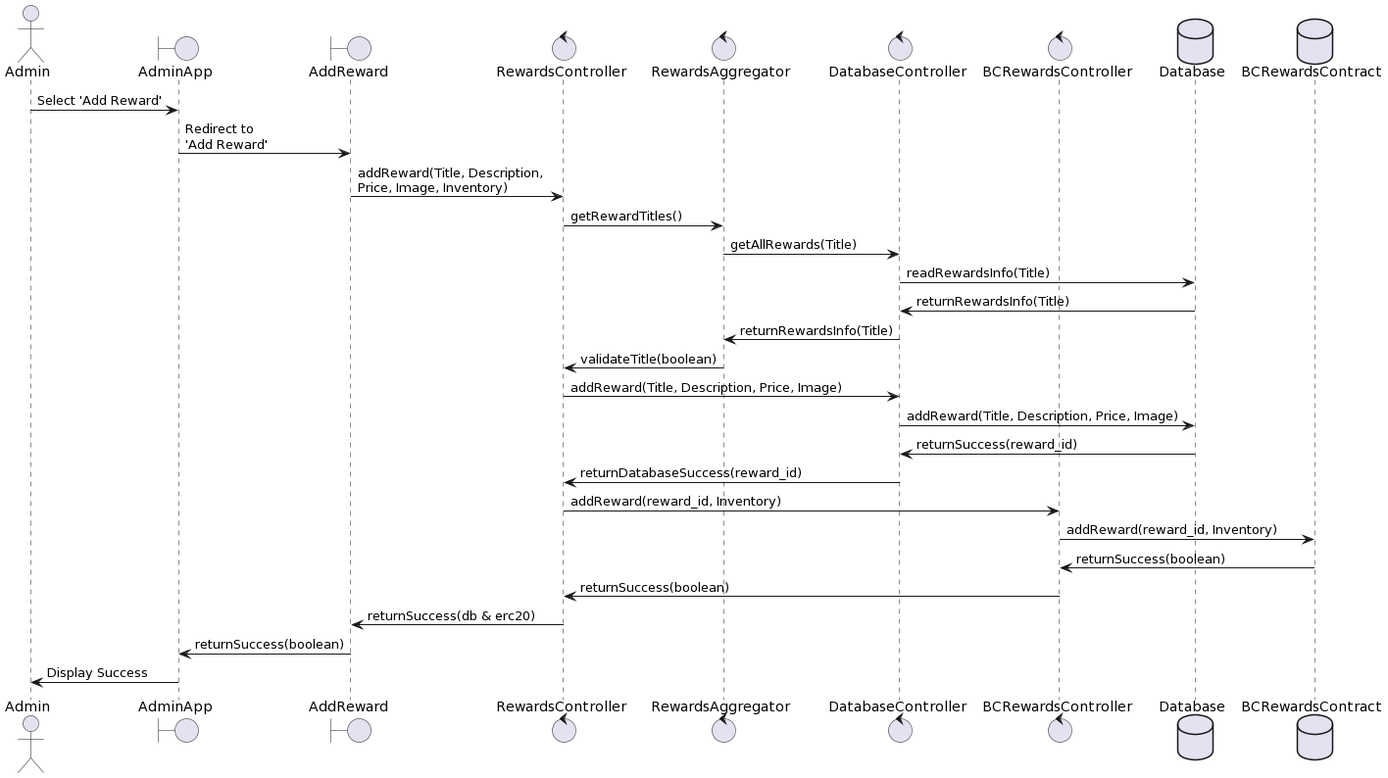
Tamong/TFS keeps this PlantUML diagram as Admin_AddReward.png. Above is the earlier version.
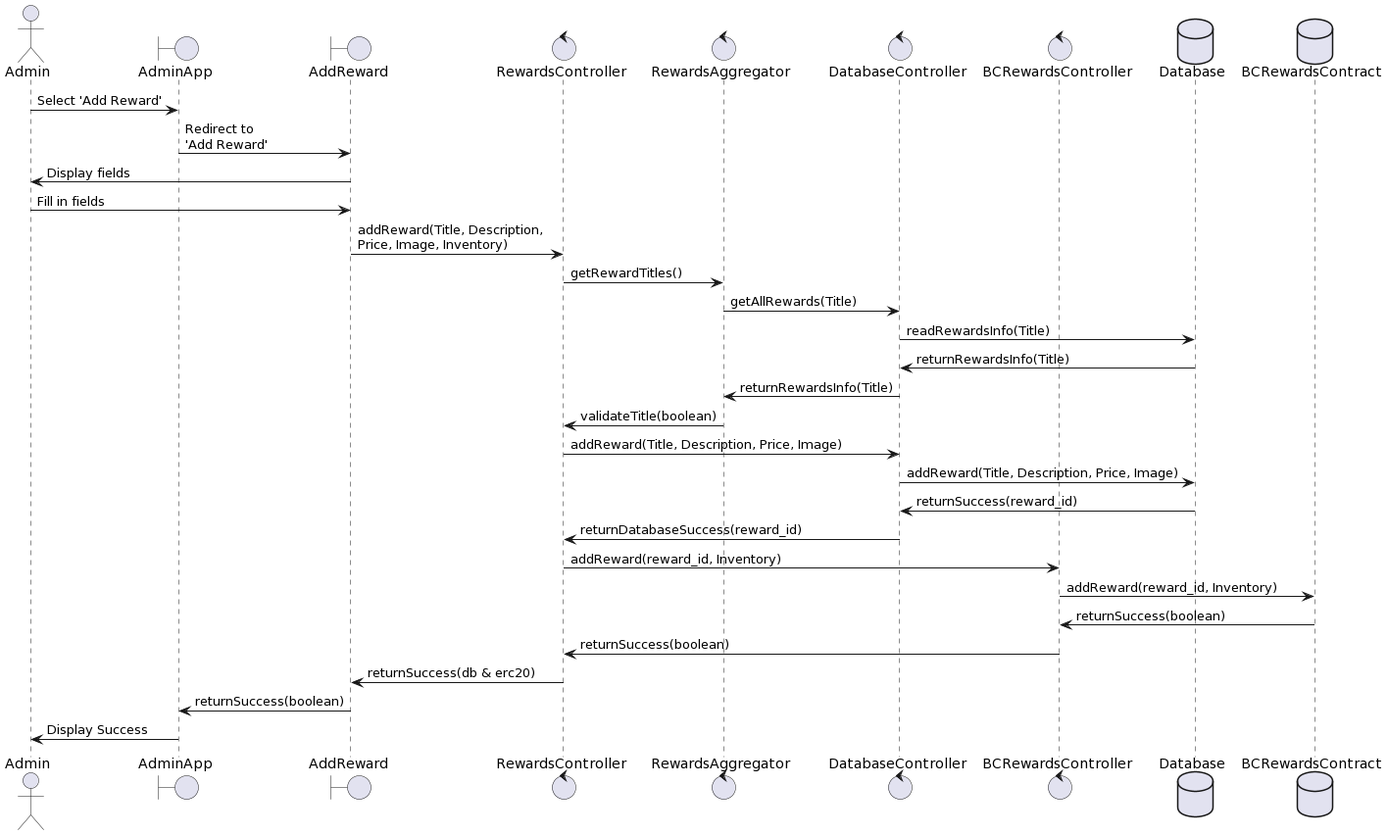
The same file after the commit.

What changed in the source:
```diff
@@ -13,6 +13,9 @@
 
 Admin -> AdminApp: Select 'Add Reward'
 AdminApp -> AddReward: Redirect to \n'Add Reward'
+
+AddReward -> Admin : Display fields
+Admin -> AddReward : Fill in fields
 
 AddReward -> RewardsController : addReward(Title, Description, \nPrice, Image, Inventory)
 
```
